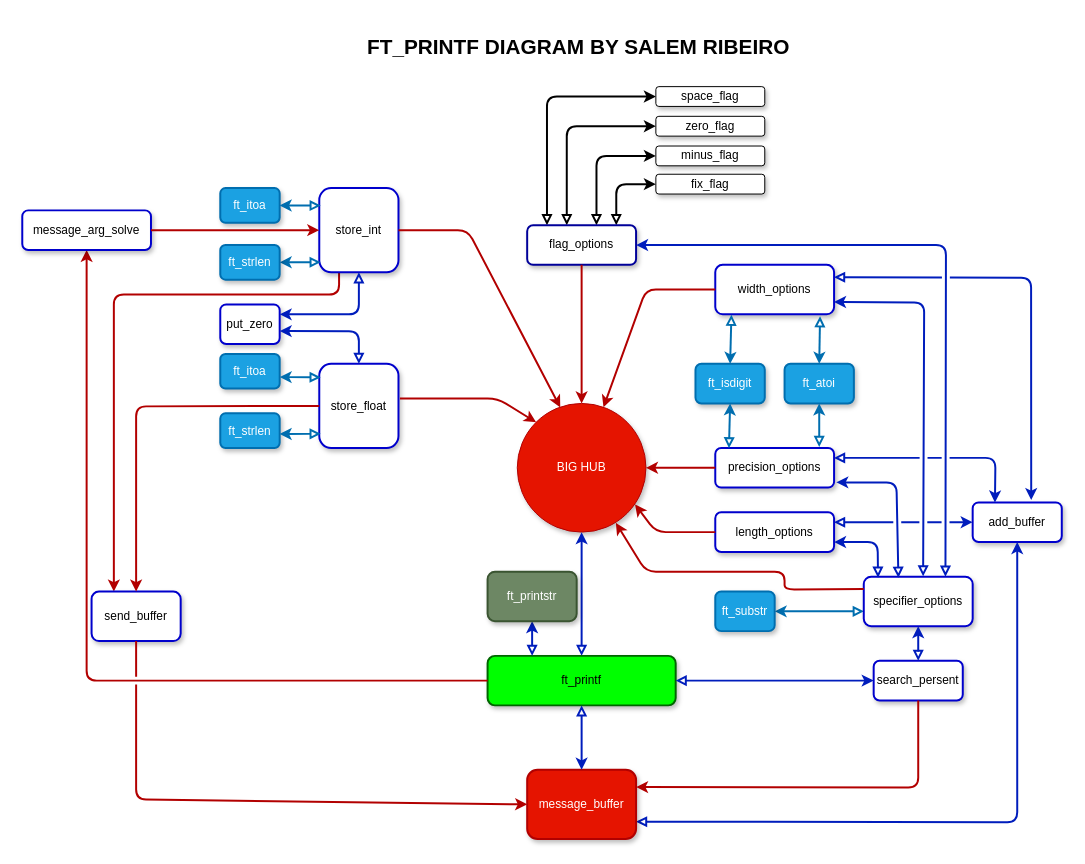
Above: Diagram.drawio in salemribeiro/42_Printf (draw.io), before the change. Source tidied: cells renumbered, new cells numbered last; positions are measured from the earlier drawing's top-left corner, leaving out a move shared by most shapes. Both pictures are drawn from the tidied source at 99%, with x=0, y=0 at pixel (22, 17).
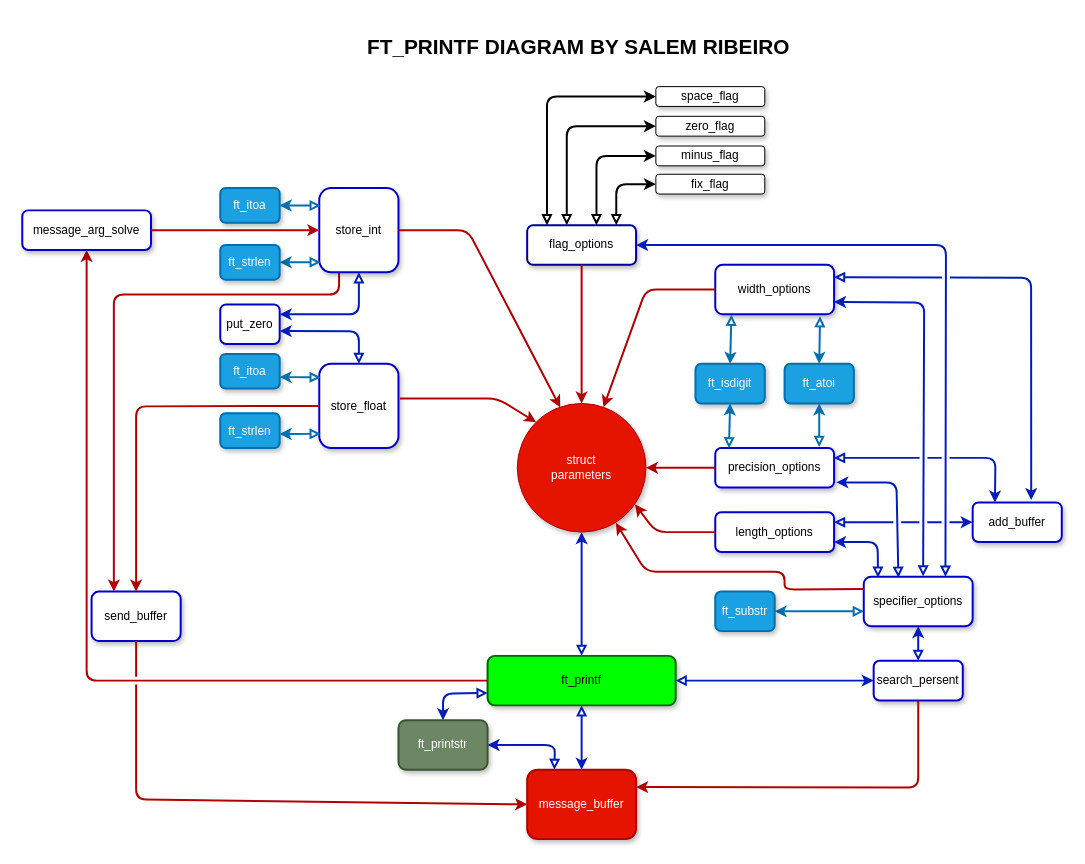
After the change.

Commit message:
Retirada do bighub do código e inclusão da estrtura

Unchanged cells that the change refers to:
```xml
<mxCell id="20" value="ft_printf" style="rounded=1;whiteSpace=wrap;html=1;rotation=0;shadow=1;strokeWidth=2;fillColor=#00FF00;strokeColor=#006600;" parent="1" vertex="1">
  <mxGeometry x="470" y="645" width="190" height="50" as="geometry" />
</mxCell>
<mxCell id="28" value="add_buffer" style="rounded=1;whiteSpace=wrap;html=1;rotation=0;shadow=1;strokeColor=#0000CC;strokeWidth=2;" parent="1" vertex="1">
  <mxGeometry x="960" y="490" width="90" height="40" as="geometry" />
</mxCell>
<mxCell id="33" value="message_buffer" style="rounded=1;whiteSpace=wrap;html=1;rotation=0;shadow=1;strokeColor=#B20000;strokeWidth=2;fillColor=#e51400;fontColor=#ffffff;" parent="1" vertex="1">
  <mxGeometry x="510" y="760" width="110" height="70" as="geometry" />
</mxCell>
```

Diff of the diagram source:
```diff
@@
-    <mxCell id="10" value="BIG HUB" style="ellipse;whiteSpace=wrap;html=1;rounded=1;shadow=1;glass=0;fillColor=#e51400;strokeColor=#B20000;fontColor=#ffffff;gradientColor=none;" parent="1" vertex="1">
+    <mxCell id="10" value="struct&lt;br&gt;parameters" style="ellipse;whiteSpace=wrap;html=1;rounded=1;shadow=1;glass=0;fillColor=#e51400;strokeColor=#B20000;fontColor=#ffffff;gradientColor=none;" parent="1" vertex="1">
       <mxGeometry x="500" y="390" width="130" height="130" as="geometry" />
     </mxCell>
@@
-    <mxCell id="32" style="endArrow=classic;startArrow=block;html=1;strokeWidth=2;entryX=0.5;entryY=1;entryDx=0;entryDy=0;exitX=1;exitY=0.75;exitDx=0;exitDy=0;fillColor=#0050ef;strokeColor=#001DBC;startFill=0;" parent="1" edge="1" source="33" target="28">
-      <mxGeometry relative="1" as="geometry">
-        <Array as="points">
-          <mxPoint x="1005" y="813" />
-        </Array>
-      </mxGeometry>
-    </mxCell>
@@
-    <mxCell id="64" style="endArrow=classic;html=1;strokeWidth=2;startArrow=block;startFill=0;fillColor=#0050ef;strokeColor=#001DBC;entryX=0.5;entryY=1;entryDx=0;entryDy=0;" parent="1" edge="1" target="65">
+    <mxCell id="64" style="endArrow=classic;html=1;strokeWidth=2;startArrow=block;startFill=0;fillColor=#0050ef;strokeColor=#001DBC;entryX=0.5;entryY=0;entryDx=0;entryDy=0;exitX=0;exitY=0.75;exitDx=0;exitDy=0;" parent="1" edge="1" source="20" target="65">
       <mxGeometry relative="1" as="geometry">
-        <mxPoint x="515" y="645" as="sourcePoint" />
+        <Array as="points">
+          <mxPoint x="425" y="683" />
+        </Array>
       </mxGeometry>
     </mxCell>
     <mxCell id="65" value="ft_printstr" style="rounded=1;whiteSpace=wrap;html=1;rotation=0;shadow=1;strokeColor=#3A5431;strokeWidth=2;fillColor=#6d8764;fontColor=#ffffff;" parent="1" vertex="1">
-      <mxGeometry x="470" y="560" width="90" height="50" as="geometry" />
+      <mxGeometry x="380" y="710" width="90" height="50" as="geometry" />
     </mxCell>
@@
+    <mxCell id="72" style="endArrow=classic;html=1;strokeWidth=2;startArrow=block;startFill=0;fillColor=#0050ef;strokeColor=#001DBC;entryX=1;entryY=0.5;entryDx=0;entryDy=0;exitX=0.25;exitY=0;exitDx=0;exitDy=0;" parent="1" edge="1" source="33" target="65">
+      <mxGeometry relative="1" as="geometry">
+        <Array as="points">
+          <mxPoint x="538" y="735" />
+        </Array>
+      </mxGeometry>
+    </mxCell>
```
